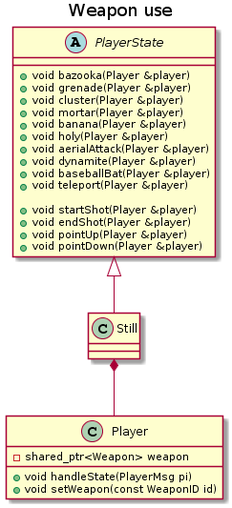
Earlier version of the PlantUML export report/Technical documentation/img/ServerWeapons.png (fedemgp/Guerra-de-pijas).
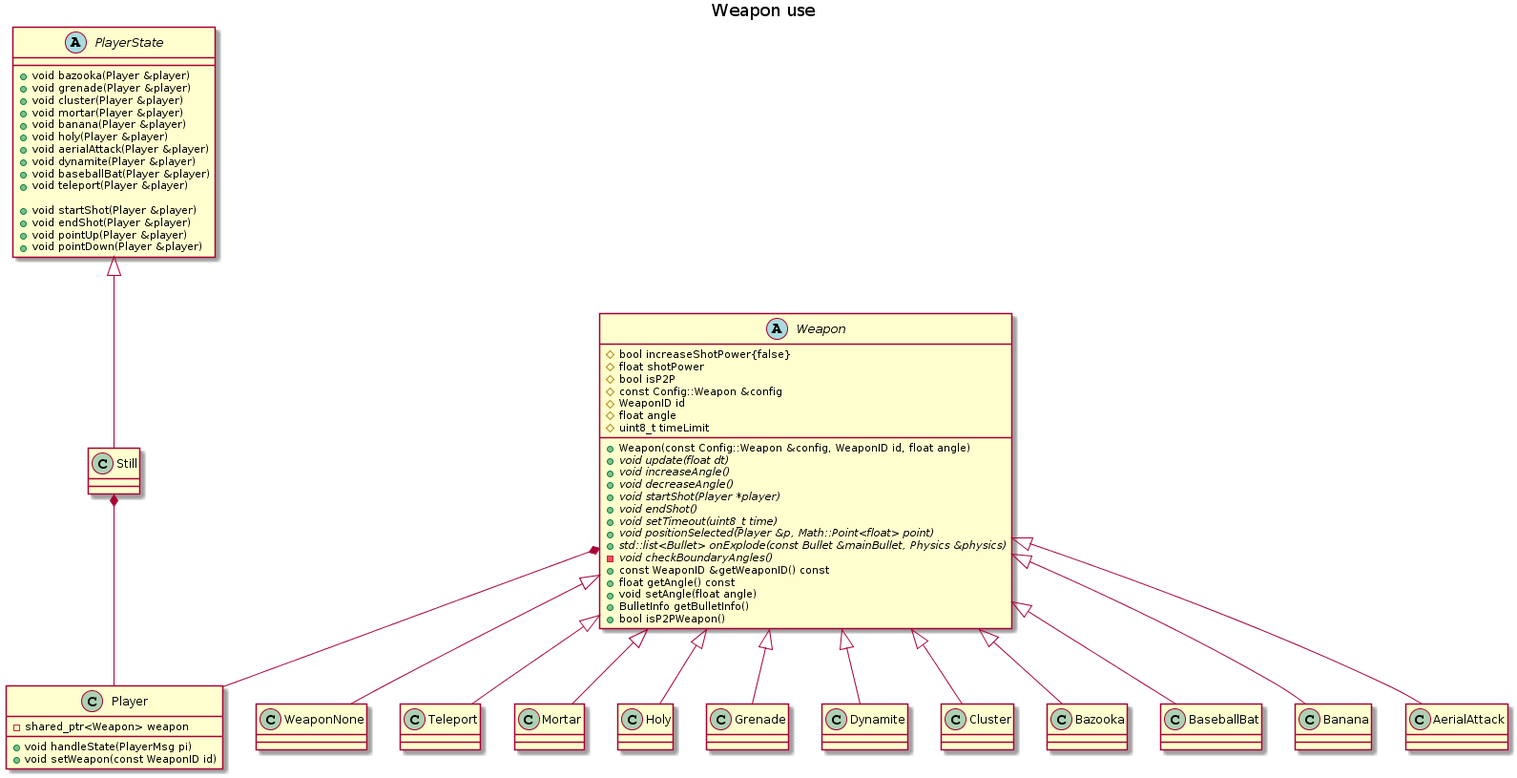
After the commit.

Commit message:
Finishing Server part of the report

What changed in the source:
```diff
@@ -25,8 +25,58 @@
     + void pointDown(Player &player)
 }
 
+abstract class Weapon {
+    +Weapon(const Config::Weapon &config, WeaponID id, float angle)
+    +{abstract} void update(float dt)
+    +{abstract} void increaseAngle()
+    +{abstract} void decreaseAngle()
+    +{abstract} void startShot(Player *player)
+    +{abstract} void endShot()
+    +{abstract} void setTimeout(uint8_t time)
+    +{abstract} void positionSelected(Player &p, Math::Point<float> point)
+    +{abstract} std::list<Bullet> onExplode(const Bullet &mainBullet, Physics &physics)
+    -{abstract} void checkBoundaryAngles()
+    +const WeaponID &getWeaponID() const
+    +float getAngle() const
+    +void setAngle(float angle)
+    +BulletInfo getBulletInfo()
+    +bool isP2PWeapon()
+    #bool increaseShotPower{false}
+    #float shotPower
+    #bool isP2P
+    #const Config::Weapon &config
+    #WeaponID id
+    #float angle
+    #uint8_t timeLimit
+}
+
+class WeaponNone
+class Teleport
+class Mortar
+class Holy
+class Grenade
+class Dynamite
+class Cluster
+class Bazooka
+class BaseballBat
+class Banana
+class AerialAttack
+
+
 class Still
 
 PlayerState <|-- Still
 Still *-- Player
+Weapon *-- Player
+Weapon <|-- WeaponNone
+Weapon <|-- Teleport
+Weapon <|-- Mortar
+Weapon <|-- Holy
+Weapon <|-- Grenade
+Weapon <|-- Dynamite
+Weapon <|-- Cluster
+Weapon <|-- Bazooka
+Weapon <|-- BaseballBat
+Weapon <|-- Banana
+Weapon <|-- AerialAttack
 @enduml
```
